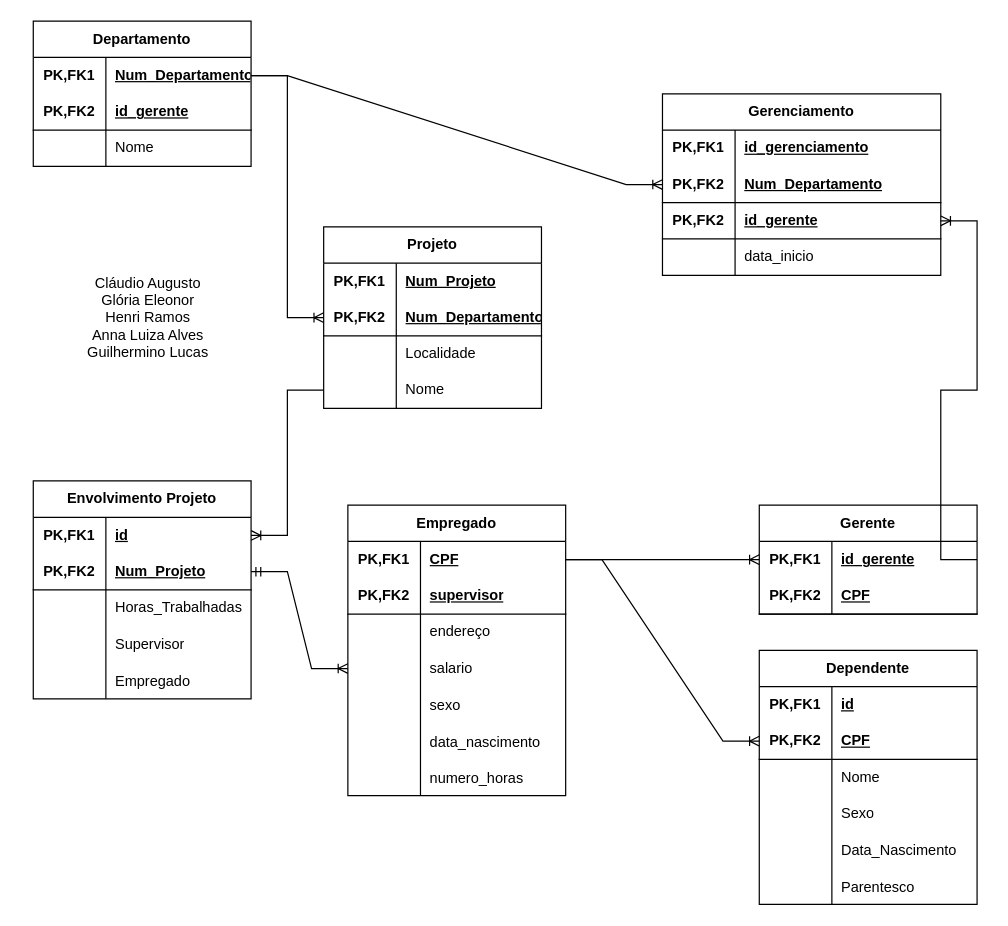
GoldenBoyLab/Banco_Dados keeps this draw.io diagram as Diagrama sem nome.drawio. Above is the earlier version. Source tidied: cells renumbered, new cells numbered last; positions are measured from the earlier drawing's top-left corner, leaving out a move shared by most shapes. Both pictures are drawn from the tidied source at 121%, with x=0, y=0 at pixel (21, 21).
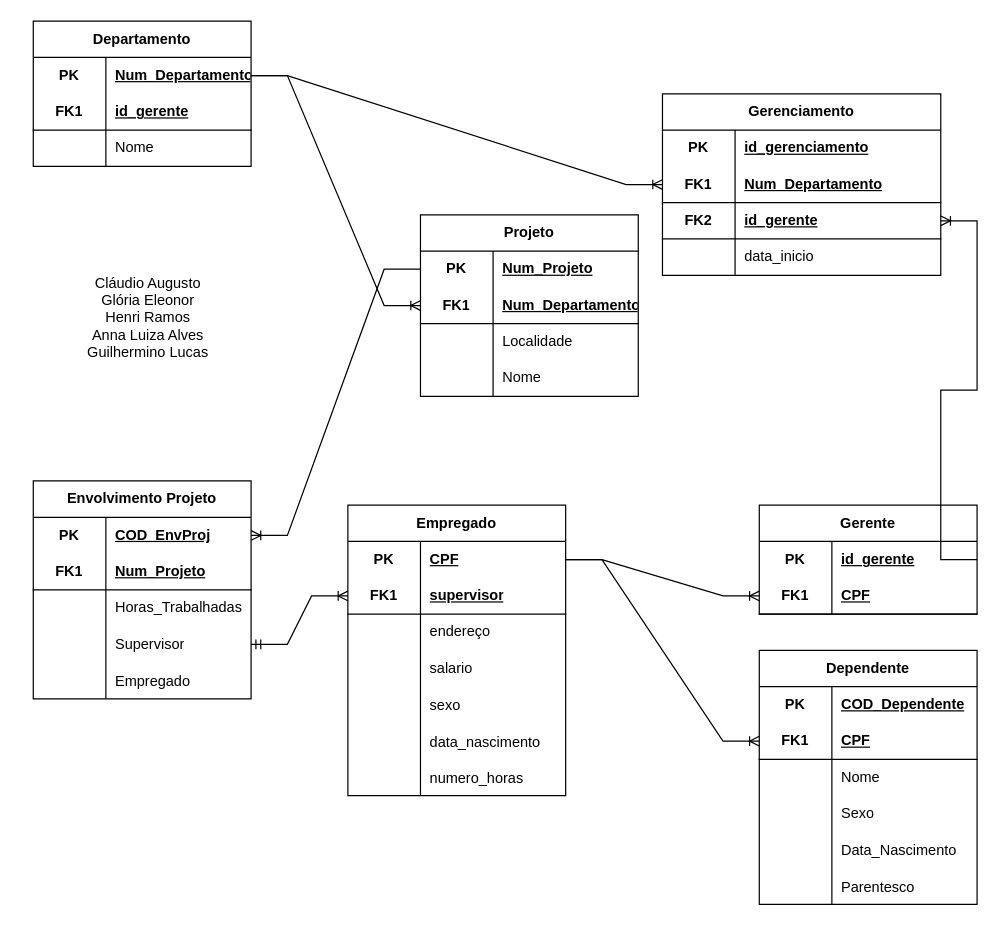
Above is the later version.

The change refers to these unchanged cells:
```xml
<mxCell id="3" style="shape=tableRow;horizontal=0;startSize=0;swimlaneHead=0;swimlaneBody=0;fillColor=none;points=[[0,0.5],[1,0.5]];portConstraint=eastwest;top=0;left=0;right=0;bottom=0;html=1;" parent="2" vertex="1">
  <mxGeometry y="30" width="180" height="30" as="geometry" />
</mxCell>
<mxCell id="6" style="shape=tableRow;horizontal=0;startSize=0;swimlaneHead=0;swimlaneBody=0;fillColor=none;points=[[0,0.5],[1,0.5]];portConstraint=eastwest;top=0;left=0;right=0;bottom=1;html=1;" parent="2" vertex="1">
  <mxGeometry y="60" width="180" height="30" as="geometry" />
</mxCell>
<mxCell id="12" style="shape=tableRow;horizontal=0;startSize=0;swimlaneHead=0;swimlaneBody=0;fillColor=none;points=[[0,0.5],[1,0.5]];portConstraint=eastwest;top=0;left=0;right=0;bottom=0;html=1;" parent="2" vertex="1">
  <mxGeometry y="120" width="180" height="30" as="geometry" />
</mxCell>
<mxCell id="25" style="shape=tableRow;horizontal=0;startSize=0;swimlaneHead=0;swimlaneBody=0;fillColor=none;points=[[0,0.5],[1,0.5]];portConstraint=eastwest;top=0;left=0;right=0;bottom=0;html=1;" parent="24" vertex="1">
  <mxGeometry y="30" width="180" height="30" as="geometry" />
</mxCell>
<mxCell id="28" style="shape=tableRow;horizontal=0;startSize=0;swimlaneHead=0;swimlaneBody=0;fillColor=none;points=[[0,0.5],[1,0.5]];portConstraint=eastwest;top=0;left=0;right=0;bottom=1;html=1;" parent="24" vertex="1">
  <mxGeometry y="60" width="180" height="30" as="geometry" />
</mxCell>
<mxCell id="34" style="shape=tableRow;horizontal=0;startSize=0;swimlaneHead=0;swimlaneBody=0;fillColor=none;points=[[0,0.5],[1,0.5]];portConstraint=eastwest;top=0;left=0;right=0;bottom=0;html=1;" parent="24" vertex="1">
  <mxGeometry y="120" width="180" height="30" as="geometry" />
</mxCell>
<mxCell id="42" style="shape=tableRow;horizontal=0;startSize=0;swimlaneHead=0;swimlaneBody=0;fillColor=none;points=[[0,0.5],[1,0.5]];portConstraint=eastwest;top=0;left=0;right=0;bottom=0;html=1;" parent="41" vertex="1">
  <mxGeometry y="30" width="180" height="30" as="geometry" />
</mxCell>
<mxCell id="45" style="shape=tableRow;horizontal=0;startSize=0;swimlaneHead=0;swimlaneBody=0;fillColor=none;points=[[0,0.5],[1,0.5]];portConstraint=eastwest;top=0;left=0;right=0;bottom=1;html=1;" parent="41" vertex="1">
  <mxGeometry y="60" width="180" height="30" as="geometry" />
</mxCell>
<mxCell id="51" style="shape=tableRow;horizontal=0;startSize=0;swimlaneHead=0;swimlaneBody=0;fillColor=none;points=[[0,0.5],[1,0.5]];portConstraint=eastwest;top=0;left=0;right=0;bottom=0;html=1;" parent="41" vertex="1">
  <mxGeometry y="120" width="180" height="30" as="geometry" />
</mxCell>
<mxCell id="57" style="shape=tableRow;horizontal=0;startSize=0;swimlaneHead=0;swimlaneBody=0;fillColor=none;points=[[0,0.5],[1,0.5]];portConstraint=eastwest;top=0;left=0;right=0;bottom=0;html=1;" parent="56" vertex="1">
  <mxGeometry y="30" width="180" height="30" as="geometry" />
</mxCell>
<mxCell id="60" style="shape=tableRow;horizontal=0;startSize=0;swimlaneHead=0;swimlaneBody=0;fillColor=none;points=[[0,0.5],[1,0.5]];portConstraint=eastwest;top=0;left=0;right=0;bottom=1;html=1;" parent="56" vertex="1">
  <mxGeometry y="60" width="180" height="30" as="geometry" />
</mxCell>
<mxCell id="64" style="shape=tableRow;horizontal=0;startSize=0;swimlaneHead=0;swimlaneBody=0;fillColor=none;top=0;left=0;right=0;bottom=0;html=1;" parent="63" vertex="1">
  <mxGeometry y="30" width="180" height="30" as="geometry" />
</mxCell>
<mxCell id="67" style="shape=tableRow;horizontal=0;startSize=0;swimlaneHead=0;swimlaneBody=0;fillColor=none;points=[[0,0.5],[1,0.5]];portConstraint=eastwest;top=0;left=0;right=0;bottom=1;html=1;" parent="63" vertex="1">
  <mxGeometry y="60" width="180" height="30" as="geometry" />
</mxCell>
<mxCell id="85" style="shape=tableRow;horizontal=0;startSize=0;swimlaneHead=0;swimlaneBody=0;fillColor=none;points=[[0,0.5],[1,0.5]];portConstraint=eastwest;top=0;left=0;right=0;bottom=0;html=1;" parent="84" vertex="1">
  <mxGeometry y="30" width="180" height="30" as="geometry" />
</mxCell>
<mxCell id="88" style="shape=tableRow;horizontal=0;startSize=0;swimlaneHead=0;swimlaneBody=0;fillColor=none;top=0;left=0;right=0;bottom=1;html=1;" parent="84" vertex="1">
  <mxGeometry y="60" width="180" height="30" as="geometry" />
</mxCell>
<mxCell id="95" style="shape=tableRow;horizontal=0;startSize=0;swimlaneHead=0;swimlaneBody=0;fillColor=none;top=0;left=0;right=0;bottom=0;html=1;" parent="94" vertex="1">
  <mxGeometry y="30" width="230" height="30" as="geometry" />
</mxCell>
<mxCell id="98" style="shape=tableRow;horizontal=0;startSize=0;swimlaneHead=0;swimlaneBody=0;fillColor=none;points=[[0,0.5],[1,0.5]];portConstraint=eastwest;top=0;left=0;right=0;bottom=1;html=1;" parent="94" vertex="1">
  <mxGeometry y="60" width="230" height="30" as="geometry" />
</mxCell>
<mxCell id="101" style="shape=tableRow;horizontal=0;startSize=0;swimlaneHead=0;swimlaneBody=0;fillColor=none;points=[[0,0.5],[1,0.5]];portConstraint=eastwest;top=0;left=0;right=0;bottom=1;" parent="94" vertex="1">
  <mxGeometry y="90" width="230" height="30" as="geometry" />
</mxCell>
```

The edit, as a diff of the source:
```diff
@@
-    <mxCell id="4" value="PK,FK1" style="shape=partialRectangle;fillColor=none;top=0;left=0;bottom=0;right=0;fontStyle=1;overflow=hidden;html=1;whiteSpace=wrap;" parent="3" vertex="1">
+    <mxCell id="4" value="PK" style="shape=partialRectangle;fillColor=none;top=0;left=0;bottom=0;right=0;fontStyle=1;overflow=hidden;html=1;whiteSpace=wrap;" parent="3" vertex="1">
       <mxGeometry width="60" height="30" as="geometry" />
     </mxCell>
@@
-    <mxCell id="7" value="PK,FK2" style="shape=partialRectangle;fillColor=none;top=0;left=0;bottom=0;right=0;fontStyle=1;overflow=hidden;html=1;whiteSpace=wrap;" parent="6" vertex="1">
+    <mxCell id="7" value="FK1" style="shape=partialRectangle;fillColor=none;top=0;left=0;bottom=0;right=0;fontStyle=1;overflow=hidden;html=1;whiteSpace=wrap;" parent="6" vertex="1">
       <mxGeometry width="60" height="30" as="geometry" />
     </mxCell>
@@
-    <mxCell id="26" value="PK,FK1" style="shape=partialRectangle;fillColor=none;top=0;left=0;bottom=0;right=0;fontStyle=1;overflow=hidden;html=1;whiteSpace=wrap;" parent="25" vertex="1">
+    <mxCell id="26" value="PK" style="shape=partialRectangle;fillColor=none;top=0;left=0;bottom=0;right=0;fontStyle=1;overflow=hidden;html=1;whiteSpace=wrap;" parent="25" vertex="1">
       <mxGeometry width="60" height="30" as="geometry" />
     </mxCell>
-    <mxCell id="27" value="id" style="shape=partialRectangle;fillColor=none;top=0;left=0;bottom=0;right=0;align=left;spacingLeft=6;fontStyle=5;overflow=hidden;html=1;whiteSpace=wrap;" parent="25" vertex="1">
+    <mxCell id="27" value="COD_EnvProj" style="shape=partialRectangle;fillColor=none;top=0;left=0;bottom=0;right=0;align=left;spacingLeft=6;fontStyle=5;overflow=hidden;html=1;whiteSpace=wrap;" parent="25" vertex="1">
       <mxGeometry x="60" width="120" height="30" as="geometry" />
     </mxCell>
@@
-    <mxCell id="29" value="PK,FK2" style="shape=partialRectangle;fillColor=none;top=0;left=0;bottom=0;right=0;fontStyle=1;overflow=hidden;html=1;whiteSpace=wrap;" parent="28" vertex="1">
+    <mxCell id="29" value="FK1" style="shape=partialRectangle;fillColor=none;top=0;left=0;bottom=0;right=0;fontStyle=1;overflow=hidden;html=1;whiteSpace=wrap;" parent="28" vertex="1">
       <mxGeometry width="60" height="30" as="geometry" />
     </mxCell>
@@
-    <mxCell id="40" style="edgeStyle=entityRelationEdgeStyle;fontSize=12;html=1;endArrow=ERoneToMany;startArrow=ERmandOne;rounded=0;exitX=1;exitY=0.5;exitDx=0;exitDy=0;entryX=0;entryY=0.5;entryDx=0;entryDy=0;" parent="1" edge="1" source="28" target="12">
+    <mxCell id="40" style="edgeStyle=entityRelationEdgeStyle;fontSize=12;html=1;endArrow=ERoneToMany;startArrow=ERmandOne;rounded=0;exitX=1;exitY=0.5;exitDx=0;exitDy=0;entryX=0;entryY=0.5;entryDx=0;entryDy=0;" parent="1" edge="1" source="34" target="6">
       <mxGeometry relative="1" as="geometry" />
     </mxCell>
     <mxCell id="41" value="Projeto" style="shape=table;startSize=30;childLayout=tableLayout;rowLines=0;fontStyle=1;align=center;html=1;whiteSpace=wrap;" parent="1" vertex="1">
-      <mxGeometry x="250" y="170" width="180" height="150" as="geometry" />
+      <mxGeometry x="330" y="160" width="180" height="150" as="geometry" />
     </mxCell>
@@
-    <mxCell id="43" value="PK,FK1" style="shape=partialRectangle;fillColor=none;top=0;left=0;bottom=0;right=0;fontStyle=1;overflow=hidden;html=1;whiteSpace=wrap;" parent="42" vertex="1">
+    <mxCell id="43" value="PK" style="shape=partialRectangle;fillColor=none;top=0;left=0;bottom=0;right=0;fontStyle=1;overflow=hidden;html=1;whiteSpace=wrap;" parent="42" vertex="1">
       <mxGeometry width="60" height="30" as="geometry" />
     </mxCell>
@@
-    <mxCell id="46" value="PK,FK2" style="shape=partialRectangle;fillColor=none;top=0;left=0;bottom=0;right=0;fontStyle=1;overflow=hidden;html=1;whiteSpace=wrap;" parent="45" vertex="1">
+    <mxCell id="46" value="FK1" style="shape=partialRectangle;fillColor=none;top=0;left=0;bottom=0;right=0;fontStyle=1;overflow=hidden;html=1;whiteSpace=wrap;" parent="45" vertex="1">
       <mxGeometry width="60" height="30" as="geometry" />
     </mxCell>
@@
-    <mxCell id="55" style="edgeStyle=entityRelationEdgeStyle;fontSize=12;html=1;endArrow=ERoneToMany;rounded=0;exitX=0;exitY=0.5;exitDx=0;exitDy=0;entryX=1;entryY=0.5;entryDx=0;entryDy=0;" parent="1" edge="1" source="51" target="25">
+    <mxCell id="55" style="edgeStyle=entityRelationEdgeStyle;fontSize=12;html=1;endArrow=ERoneToMany;rounded=0;exitX=0;exitY=0.5;exitDx=0;exitDy=0;entryX=1;entryY=0.5;entryDx=0;entryDy=0;" parent="1" edge="1" source="42" target="25">
       <mxGeometry relative="1" as="geometry">
         <Array as="points">
           <mxPoint x="220" y="410" />
           <mxPoint x="100" y="360" />
         </Array>
       </mxGeometry>
     </mxCell>
@@
-    <mxCell id="58" value="PK,FK1" style="shape=partialRectangle;fillColor=none;top=0;left=0;bottom=0;right=0;fontStyle=1;overflow=hidden;html=1;whiteSpace=wrap;" parent="57" vertex="1">
+    <mxCell id="58" value="PK" style="shape=partialRectangle;fillColor=none;top=0;left=0;bottom=0;right=0;fontStyle=1;overflow=hidden;html=1;whiteSpace=wrap;" parent="57" vertex="1">
       <mxGeometry width="60" height="30" as="geometry" />
     </mxCell>
@@
-    <mxCell id="61" value="PK,FK2" style="shape=partialRectangle;fillColor=none;top=0;left=0;bottom=0;right=0;fontStyle=1;overflow=hidden;html=1;whiteSpace=wrap;" parent="60" vertex="1">
+    <mxCell id="61" value="FK1" style="shape=partialRectangle;fillColor=none;top=0;left=0;bottom=0;right=0;fontStyle=1;overflow=hidden;html=1;whiteSpace=wrap;" parent="60" vertex="1">
       <mxGeometry width="60" height="30" as="geometry" />
     </mxCell>
@@
-    <mxCell id="65" value="PK,FK1" style="shape=partialRectangle;fillColor=none;top=0;left=0;bottom=0;right=0;fontStyle=1;overflow=hidden;html=1;whiteSpace=wrap;" parent="64" vertex="1">
+    <mxCell id="65" value="PK" style="shape=partialRectangle;fillColor=none;top=0;left=0;bottom=0;right=0;fontStyle=1;overflow=hidden;html=1;whiteSpace=wrap;" parent="64" vertex="1">
       <mxGeometry width="60" height="30" as="geometry" />
     </mxCell>
-    <mxCell id="66" value="id" style="shape=partialRectangle;fillColor=none;top=0;left=0;bottom=0;right=0;align=left;spacingLeft=6;fontStyle=5;overflow=hidden;html=1;whiteSpace=wrap;" parent="64" vertex="1">
+    <mxCell id="66" value="COD_Dependente" style="shape=partialRectangle;fillColor=none;top=0;left=0;bottom=0;right=0;align=left;spacingLeft=6;fontStyle=5;overflow=hidden;html=1;whiteSpace=wrap;" parent="64" vertex="1">
       <mxGeometry x="60" width="120" height="30" as="geometry" />
     </mxCell>
@@
-    <mxCell id="68" value="PK,FK2" style="shape=partialRectangle;fillColor=none;top=0;left=0;bottom=0;right=0;fontStyle=1;overflow=hidden;html=1;whiteSpace=wrap;" parent="67" vertex="1">
+    <mxCell id="68" value="FK1" style="shape=partialRectangle;fillColor=none;top=0;left=0;bottom=0;right=0;fontStyle=1;overflow=hidden;html=1;whiteSpace=wrap;" parent="67" vertex="1">
       <mxGeometry width="60" height="30" as="geometry" />
     </mxCell>
@@
-    <mxCell id="83" style="edgeStyle=entityRelationEdgeStyle;fontSize=12;html=1;endArrow=ERoneToMany;rounded=0;exitX=1;exitY=0.5;exitDx=0;exitDy=0;entryX=0;entryY=0.5;entryDx=0;entryDy=0;" parent="1" edge="1" source="3" target="57">
+    <mxCell id="83" style="edgeStyle=entityRelationEdgeStyle;fontSize=12;html=1;endArrow=ERoneToMany;rounded=0;exitX=1;exitY=0.5;exitDx=0;exitDy=0;entryX=0;entryY=0.5;entryDx=0;entryDy=0;" parent="1" edge="1" source="3" target="60">
       <mxGeometry relative="1" as="geometry" />
     </mxCell>
@@
-    <mxCell id="86" value="PK,FK1" style="shape=partialRectangle;fillColor=none;top=0;left=0;bottom=0;right=0;fontStyle=1;overflow=hidden;html=1;whiteSpace=wrap;" parent="85" vertex="1">
+    <mxCell id="86" value="PK" style="shape=partialRectangle;fillColor=none;top=0;left=0;bottom=0;right=0;fontStyle=1;overflow=hidden;html=1;whiteSpace=wrap;" parent="85" vertex="1">
       <mxGeometry width="60" height="30" as="geometry" />
     </mxCell>
@@
-    <mxCell id="89" value="PK,FK2" style="shape=partialRectangle;fillColor=none;top=0;left=0;bottom=0;right=0;fontStyle=1;overflow=hidden;html=1;whiteSpace=wrap;" parent="88" vertex="1">
+    <mxCell id="89" value="FK1" style="shape=partialRectangle;fillColor=none;top=0;left=0;bottom=0;right=0;fontStyle=1;overflow=hidden;html=1;whiteSpace=wrap;" parent="88" vertex="1">
       <mxGeometry width="60" height="30" as="geometry" />
     </mxCell>
@@
-    <mxCell id="96" value="PK,FK1" style="shape=partialRectangle;fillColor=none;top=0;left=0;bottom=0;right=0;fontStyle=1;overflow=hidden;html=1;whiteSpace=wrap;" parent="95" vertex="1">
+    <mxCell id="96" value="PK" style="shape=partialRectangle;fillColor=none;top=0;left=0;bottom=0;right=0;fontStyle=1;overflow=hidden;html=1;whiteSpace=wrap;" parent="95" vertex="1">
       <mxGeometry width="60" height="30" as="geometry" />
     </mxCell>
@@
-    <mxCell id="99" value="PK,FK2" style="shape=partialRectangle;fillColor=none;top=0;left=0;bottom=0;right=0;fontStyle=1;overflow=hidden;html=1;whiteSpace=wrap;" parent="98" vertex="1">
+    <mxCell id="99" value="FK1" style="shape=partialRectangle;fillColor=none;top=0;left=0;bottom=0;right=0;fontStyle=1;overflow=hidden;html=1;whiteSpace=wrap;" parent="98" vertex="1">
       <mxGeometry width="60" height="30" as="geometry" />
     </mxCell>
@@
-    <mxCell id="102" value="PK,FK2" style="shape=partialRectangle;fillColor=none;top=0;left=0;bottom=0;right=0;fontStyle=1;overflow=hidden;whiteSpace=wrap;html=1;" parent="101" vertex="1">
+    <mxCell id="102" value="FK2" style="shape=partialRectangle;fillColor=none;top=0;left=0;bottom=0;right=0;fontStyle=1;overflow=hidden;whiteSpace=wrap;html=1;" parent="101" vertex="1">
       <mxGeometry width="60" height="30" as="geometry" />
     </mxCell>
```
